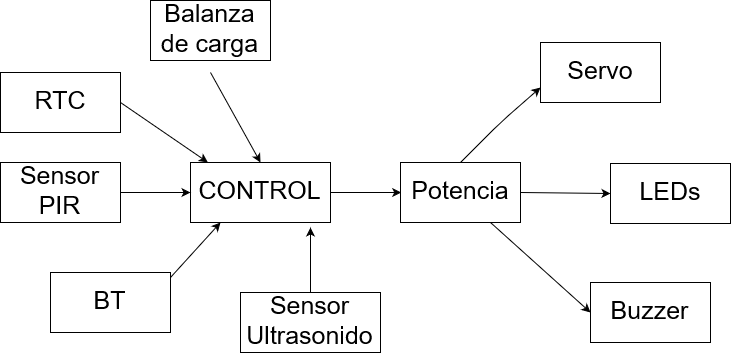
tomascastillo/AlimentadorPerros keeps this draw.io diagram as Sistema-Embebido/Diagramas/Diagrama Funcional.png. Above is the earlier version. Source tidied: cells renumbered, new cells last; positions are measured from the earlier drawing's top-left corner, leaving out a move shared by most shapes.
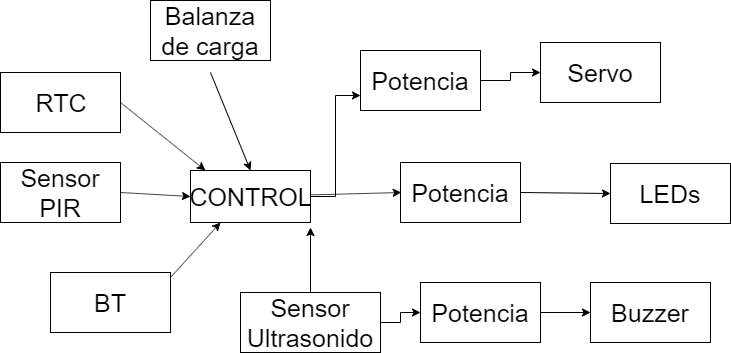
After the change.

Commit message:
fix diagrama funcional

The edit, as a diff of the source:
```diff
@@ -14,50 +14,46 @@
     <mxCell id="5" value="Balanza de carga" style="rounded=0;whiteSpace=wrap;html=1;fontSize=25;" parent="1" vertex="1">
       <mxGeometry x="150" width="120" height="60" as="geometry" />
     </mxCell>
+    <mxCell id="21" style="edgeStyle=orthogonalEdgeStyle;rounded=0;jettySize=auto;html=1;entryX=0;entryY=0.75;entryDx=0;entryDy=0;" parent="1" edge="1" source="6" target="30">
+      <mxGeometry relative="1" as="geometry" />
+    </mxCell>
     <mxCell id="6" value="CONTROL" style="rounded=0;whiteSpace=wrap;html=1;fontSize=25;" parent="1" vertex="1">
-      <mxGeometry x="190" y="162" width="140" height="60" as="geometry" />
+      <mxGeometry x="190" y="170" width="120" height="52" as="geometry" />
     </mxCell>
-    <mxCell id="7" style="endArrow=classic;html=1;fontSize=25;entryX=0.5;entryY=0;entryDx=0;entryDy=0;" parent="1" edge="1" target="6">
-      <mxGeometry relative="1" as="geometry">
-        <mxPoint x="210" y="72" as="sourcePoint" />
-      </mxGeometry>
-    </mxCell>
+    <mxCell id="22" style="endArrow=classic;html=1;fontSize=25;entryX=0.5;entryY=0;entryDx=0;entryDy=0;" parent="1" edge="1" target="6">
+      <mxGeometry relative="1" as="geometry">
+        <mxPoint x="210" y="72" as="sourcePoint" />
+      </mxGeometry>
+    </mxCell>
     <mxCell id="8" style="endArrow=classic;html=1;fontSize=25;exitX=1;exitY=0.5;exitDx=0;exitDy=0;entryX=0.124;entryY=-0.002;entryDx=0;entryDy=0;entryPerimeter=0;" parent="1" edge="1" source="2" target="6">
       <mxGeometry relative="1" as="geometry" />
     </mxCell>
     <mxCell id="9" style="endArrow=classic;html=1;fontSize=25;entryX=0;entryY=0.5;entryDx=0;entryDy=0;exitX=1;exitY=0.5;exitDx=0;exitDy=0;" parent="1" edge="1" source="3" target="6">
       <mxGeometry relative="1" as="geometry" />
     </mxCell>
-    <mxCell id="10" style="endArrow=classic;html=1;fontSize=25;" parent="1" edge="1">
-      <mxGeometry relative="1" as="geometry">
-        <mxPoint x="170" y="277" as="sourcePoint" />
-        <mxPoint x="220" y="222" as="targetPoint" />
-      </mxGeometry>
-    </mxCell>
-    <mxCell id="11" style="endArrow=classic;html=1;fontSize=25;" parent="1" edge="1" source="6">
-      <mxGeometry relative="1" as="geometry">
-        <mxPoint x="400.7" y="192" as="targetPoint" />
-      </mxGeometry>
-    </mxCell>
-    <mxCell id="12" value="Potencia" style="rounded=0;whiteSpace=wrap;html=1;fontSize=25;" parent="1" vertex="1">
-      <mxGeometry x="400" y="162" width="120" height="60" as="geometry" />
-    </mxCell>
-    <mxCell id="13" style="endArrow=classic;html=1;fontSize=25;exitX=0.5;exitY=0;exitDx=0;exitDy=0;entryX=0;entryY=0.75;entryDx=0;entryDy=0;" parent="1" edge="1" source="12" target="16">
-      <mxGeometry relative="1" as="geometry">
-        <Array as="points">
-          <mxPoint x="500" y="122" />
-        </Array>
-      </mxGeometry>
-    </mxCell>
-    <mxCell id="14" style="endArrow=classic;html=1;fontSize=25;entryX=0;entryY=0.5;entryDx=0;entryDy=0;exitX=1;exitY=0.5;exitDx=0;exitDy=0;" parent="1" edge="1" source="12" target="18">
-      <mxGeometry relative="1" as="geometry" />
-    </mxCell>
-    <mxCell id="15" style="endArrow=classic;html=1;fontSize=25;exitX=0.75;exitY=1;exitDx=0;exitDy=0;entryX=0;entryY=0.5;entryDx=0;entryDy=0;" parent="1" edge="1" source="12" target="19">
-      <mxGeometry relative="1" as="geometry" />
-    </mxCell>
+    <mxCell id="23" style="endArrow=classic;html=1;fontSize=25;" parent="1" edge="1">
+      <mxGeometry relative="1" as="geometry">
+        <mxPoint x="170" y="277" as="sourcePoint" />
+        <mxPoint x="220" y="222" as="targetPoint" />
+      </mxGeometry>
+    </mxCell>
+    <mxCell id="24" style="endArrow=classic;html=1;fontSize=25;" parent="1" edge="1" source="6">
+      <mxGeometry relative="1" as="geometry">
+        <mxPoint x="400.7" y="192" as="targetPoint" />
+      </mxGeometry>
+    </mxCell>
+    <mxCell id="25" value="Potencia" style="rounded=0;whiteSpace=wrap;html=1;fontSize=25;" parent="1" vertex="1">
+      <mxGeometry x="400" y="162" width="120" height="60" as="geometry" />
+    </mxCell>
+    <mxCell id="26" style="endArrow=classic;html=1;fontSize=25;entryX=0;entryY=0.5;entryDx=0;entryDy=0;exitX=1;exitY=0.5;exitDx=0;exitDy=0;" parent="1" edge="1" source="25" target="18">
+      <mxGeometry relative="1" as="geometry" />
+    </mxCell>
     <mxCell id="16" value="Servo" style="rounded=0;whiteSpace=wrap;html=1;fontSize=25;" parent="1" vertex="1">
       <mxGeometry x="540" y="42" width="120" height="60" as="geometry" />
     </mxCell>
+    <mxCell id="27" style="edgeStyle=orthogonalEdgeStyle;rounded=0;jettySize=auto;html=1;" parent="1" edge="1" source="17" target="32">
+      <mxGeometry relative="1" as="geometry" />
+    </mxCell>
     <mxCell id="17" value="Sensor Ultrasonido" style="rounded=0;whiteSpace=wrap;html=1;fontSize=25;" parent="1" vertex="1">
       <mxGeometry x="240" y="292" width="140" height="60" as="geometry" />
     </mxCell>
@@ -67,10 +63,22 @@
     <mxCell id="19" value="Buzzer" style="rounded=0;whiteSpace=wrap;html=1;fontSize=25;" parent="1" vertex="1">
       <mxGeometry x="590" y="282" width="120" height="60" as="geometry" />
     </mxCell>
-    <mxCell id="20" style="endArrow=classic;html=1;exitX=0.5;exitY=0;exitDx=0;exitDy=0;" parent="1" edge="1" source="17">
-      <mxGeometry relative="1" as="geometry">
-        <mxPoint x="310" y="227" as="targetPoint" />
-      </mxGeometry>
-    </mxCell>
+    <mxCell id="28" style="endArrow=classic;html=1;exitX=0.5;exitY=0;exitDx=0;exitDy=0;" parent="1" edge="1" source="17">
+      <mxGeometry relative="1" as="geometry">
+        <mxPoint x="310" y="227" as="targetPoint" />
+      </mxGeometry>
+    </mxCell>
+    <mxCell id="29" style="edgeStyle=orthogonalEdgeStyle;rounded=0;jettySize=auto;html=1;exitX=1;exitY=0.5;exitDx=0;exitDy=0;" parent="1" edge="1" source="30" target="16">
+      <mxGeometry relative="1" as="geometry" />
+    </mxCell>
+    <mxCell id="30" value="Potencia" style="rounded=0;whiteSpace=wrap;html=1;fontSize=25;" parent="1" vertex="1">
+      <mxGeometry x="360" y="50" width="120" height="60" as="geometry" />
+    </mxCell>
+    <mxCell id="31" style="edgeStyle=orthogonalEdgeStyle;rounded=0;jettySize=auto;html=1;" parent="1" edge="1" source="32" target="19">
+      <mxGeometry relative="1" as="geometry" />
+    </mxCell>
+    <mxCell id="32" value="Potencia" style="rounded=0;whiteSpace=wrap;html=1;fontSize=25;" parent="1" vertex="1">
+      <mxGeometry x="420" y="282" width="120" height="60" as="geometry" />
+    </mxCell>
   </root>
 </mxGraphModel>
```
